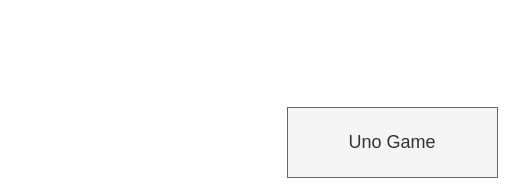
Above: UnoGame.drawio in LilianDm/UnoGame (draw.io), before the change. Source tidied: cells renumbered, new cells numbered last; positions are measured from the earlier drawing's top-left corner, leaving out a move shared by most shapes. Both pictures are drawn from the tidied source at 100%, with x=0, y=0 at pixel (287, 107).
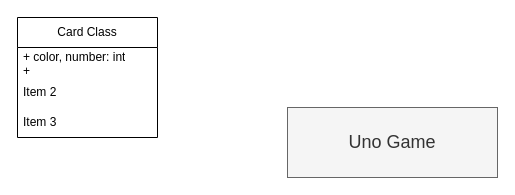
The same page after the edit.

Change to the diagram source:
```diff
@@
 <mxGraphModel>
   <root>
     <mxCell id="0" />
     <mxCell id="1" parent="0" />
     <mxCell id="2" value="&lt;font style=&quot;font-size: 18px;&quot;&gt;Uno Game&lt;/font&gt;" style="rounded=0;whiteSpace=wrap;html=1;fillColor=#f5f5f5;fontColor=#333333;strokeColor=#666666;" parent="1" vertex="1">
       <mxGeometry width="210" height="70" as="geometry" />
     </mxCell>
+    <mxCell id="3" value="Card Class" style="swimlane;fontStyle=0;horizontal=1;startSize=30;whiteSpace=wrap;html=1;" parent="1" vertex="1">
+      <mxGeometry x="-270" y="-90" width="140" height="120" as="geometry" />
+    </mxCell>
+    <mxCell id="4" value="+ color, number: int&lt;br&gt;+&amp;nbsp;" style="text;strokeColor=none;fillColor=none;align=left;verticalAlign=middle;spacingLeft=4;spacingRight=4;overflow=hidden;whiteSpace=wrap;html=1;" parent="3" vertex="1">
+      <mxGeometry y="30" width="140" height="30" as="geometry" />
+    </mxCell>
+    <mxCell id="5" value="Item 2" style="text;strokeColor=none;fillColor=none;align=left;verticalAlign=middle;spacingLeft=4;spacingRight=4;overflow=hidden;whiteSpace=wrap;html=1;" parent="3" vertex="1">
+      <mxGeometry y="60" width="140" height="30" as="geometry" />
+    </mxCell>
+    <mxCell id="6" value="Item 3" style="text;strokeColor=none;fillColor=none;align=left;verticalAlign=middle;spacingLeft=4;spacingRight=4;overflow=hidden;whiteSpace=wrap;html=1;" parent="3" vertex="1">
+      <mxGeometry y="90" width="140" height="30" as="geometry" />
+    </mxCell>
   </root>
 </mxGraphModel>
```
